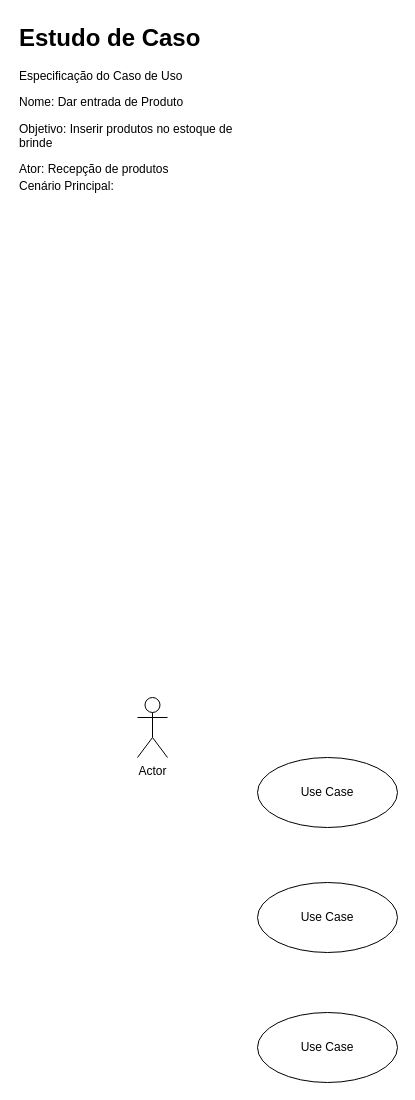
HelenaNascimento/ControleBrind keeps this draw.io diagram as UML/ControleBrinde.drawio. Above is the earlier version. Source tidied: cells renumbered, new cells numbered last; positions are measured from the earlier drawing's top-left corner, leaving out a move shared by most shapes. Both pictures are drawn from the tidied source at 100%, with x=0, y=0 at pixel (17, 17).
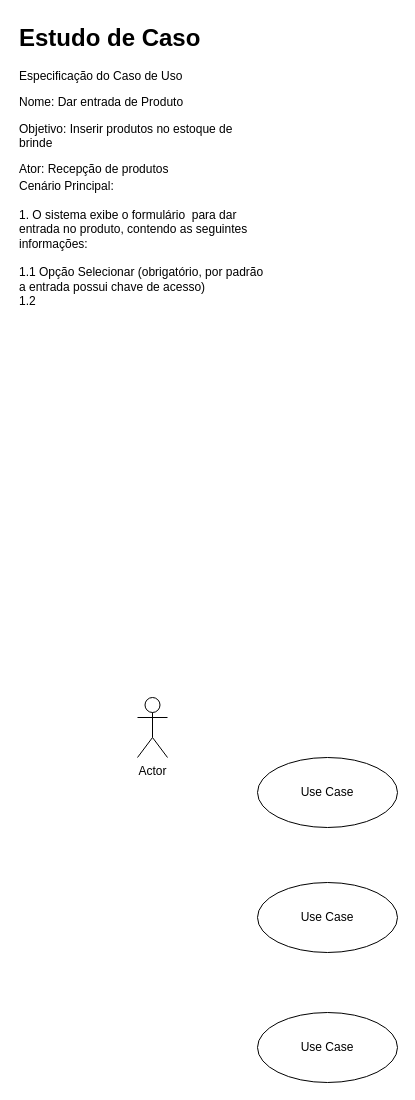
The same page after the edit.

Diff of the diagram source:
```diff
@@
 <mxGraphModel>
   <root>
     <mxCell id="0" />
     <mxCell id="1" parent="0" />
     <mxCell id="2" value="Actor" style="shape=umlActor;verticalLabelPosition=bottom;verticalAlign=top;html=1;" parent="1" vertex="1">
       <mxGeometry x="120" y="680" width="30" height="60" as="geometry" />
     </mxCell>
     <mxCell id="3" value="&lt;h1 style=&quot;margin-top: 0px;&quot;&gt;Estudo de Caso&lt;/h1&gt;&lt;p&gt;Especificação do Caso de Uso&lt;br&gt;&lt;/p&gt;&lt;p&gt;Nome: Dar entrada de Produto&lt;/p&gt;&lt;p&gt;Objetivo: Inserir produtos no estoque de brinde&lt;/p&gt;&lt;p&gt;Ator: Recepção de produtos&lt;/p&gt;" style="text;html=1;whiteSpace=wrap;overflow=hidden;rounded=0;" parent="1" vertex="1">
       <mxGeometry width="250" height="160" as="geometry" />
     </mxCell>
     <mxCell id="4" value="Use Case" style="ellipse;whiteSpace=wrap;html=1;" parent="1" vertex="1">
       <mxGeometry x="240" y="740" width="140" height="70" as="geometry" />
     </mxCell>
     <mxCell id="5" value="Use Case" style="ellipse;whiteSpace=wrap;html=1;" parent="1" vertex="1">
       <mxGeometry x="240" y="865" width="140" height="70" as="geometry" />
     </mxCell>
     <mxCell id="6" value="Use Case" style="ellipse;whiteSpace=wrap;html=1;" parent="1" vertex="1">
       <mxGeometry x="240" y="995" width="140" height="70" as="geometry" />
     </mxCell>
-    <mxCell id="7" value="Cenário Principal:&lt;div&gt;&lt;br&gt;&lt;/div&gt;&lt;div&gt;&lt;br&gt;&lt;/div&gt;" style="text;spacingTop=-5;whiteSpace=wrap;html=1;align=left;fontSize=12;fontFamily=Helvetica;fillColor=none;strokeColor=none;" parent="1" vertex="1">
+    <mxCell id="7" value="Cenário Principal:&lt;div&gt;&lt;br&gt;&lt;/div&gt;&lt;div&gt;1. O sistema exibe o formulário&amp;nbsp; para dar entrada no produto, contendo as seguintes informações:&lt;/div&gt;&lt;div&gt;&lt;br&gt;&lt;/div&gt;&lt;div&gt;1.1 Opção Selecionar (obrigatório, por padrão a entrada possui chave de acesso)&lt;/div&gt;&lt;div&gt;1.2&amp;nbsp;&lt;/div&gt;" style="text;spacingTop=-5;whiteSpace=wrap;html=1;align=left;fontSize=12;fontFamily=Helvetica;fillColor=none;strokeColor=none;" parent="1" vertex="1">
       <mxGeometry y="160" width="250" height="470" as="geometry" />
     </mxCell>
   </root>
 </mxGraphModel>
```
